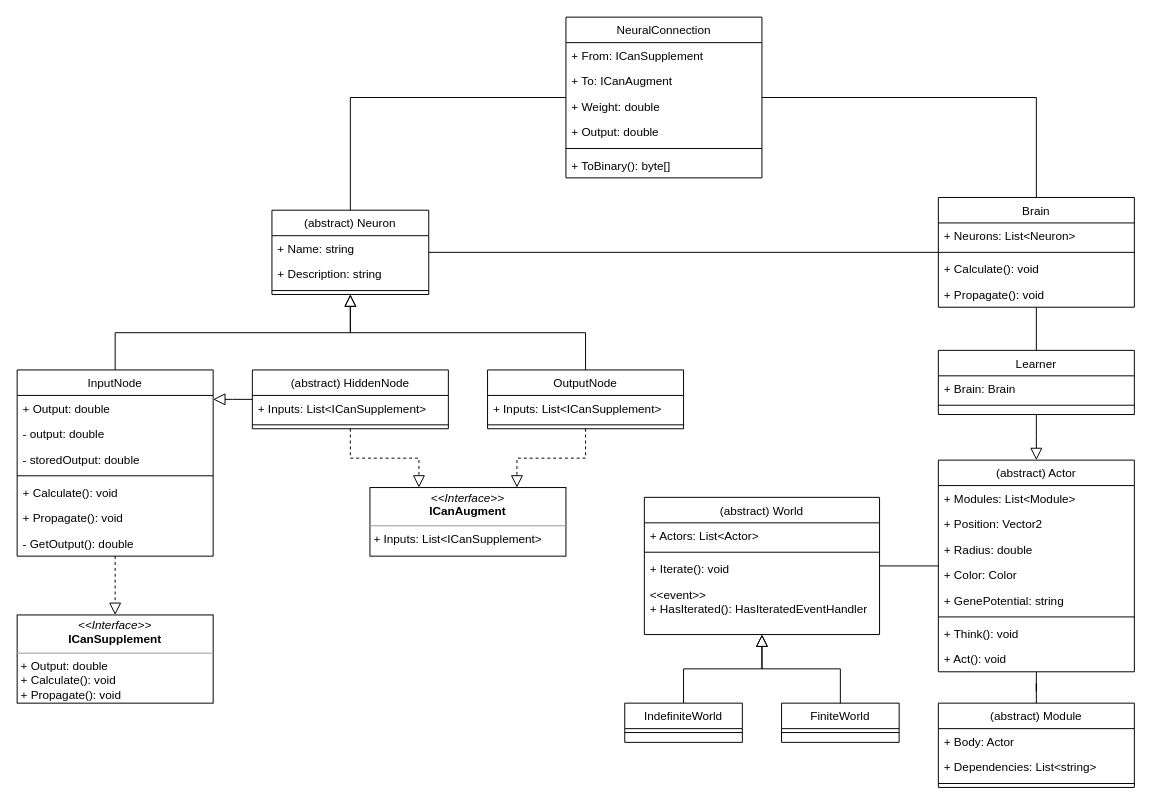
Earlier version of the draw.io diagram ClassDiagram.drawio (Exouxas/FosterScript.Core). Source tidied: cells renumbered, new cells numbered last; positions are measured from the earlier drawing's top-left corner, leaving out a move shared by most shapes. Both pictures are drawn from the tidied source at 98%, with x=0, y=0 at pixel (17, 17).
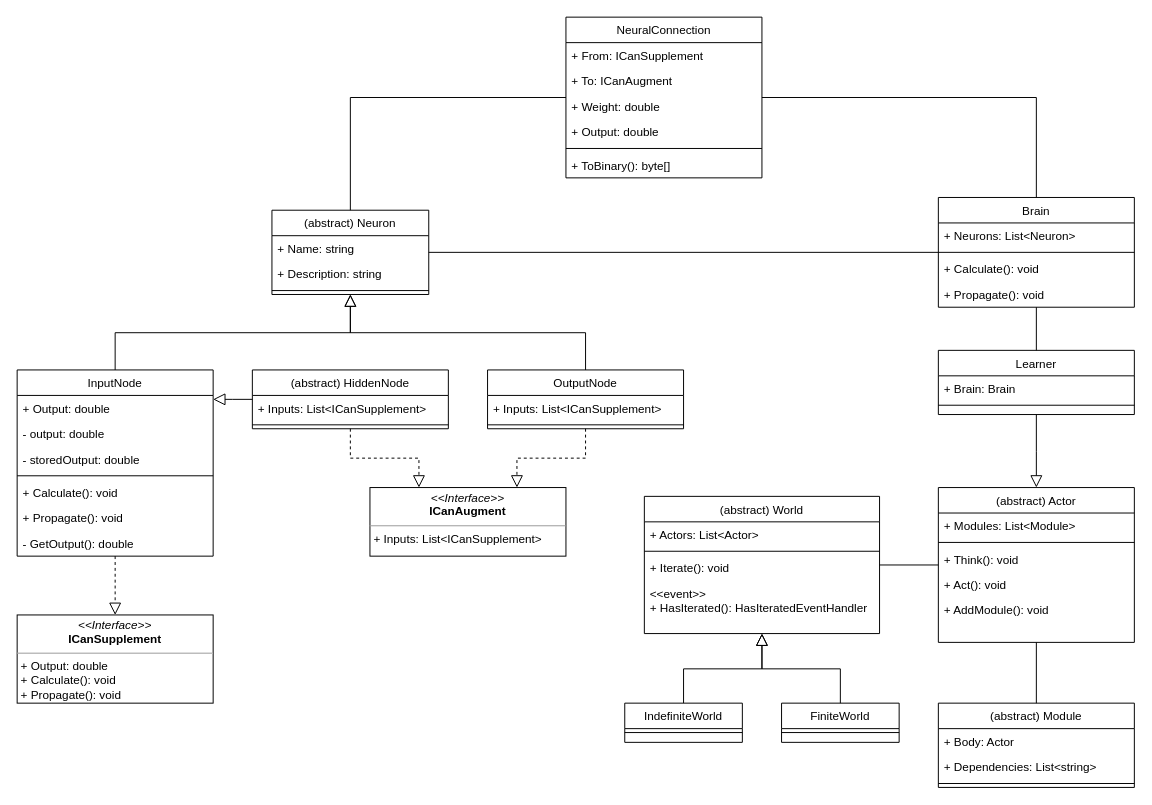
After the change.

Commit message:
Simplify Actor

What changed in the source:
```diff
@@
     <mxCell id="43" value="(abstract) World" style="swimlane;fontStyle=0;align=center;verticalAlign=top;horizontal=1;startSize=26;rounded=0;shadow=0;strokeWidth=1;" parent="1" vertex="1">
-      <mxGeometry x="640" y="490" width="240" height="140" as="geometry" />
+      <mxGeometry x="640" y="489" width="240" height="140" as="geometry" />
     </mxCell>
@@
     <mxCell id="55" value="(abstract) Actor" style="swimlane;fontStyle=0;align=center;verticalAlign=top;horizontal=1;startSize=26;rounded=0;shadow=0;strokeWidth=1;" parent="1" vertex="1">
-      <mxGeometry x="940" y="452" width="200" height="216" as="geometry" />
+      <mxGeometry x="940" y="480" width="200" height="158" as="geometry" />
     </mxCell>
@@
-    <mxCell id="57" value="+ Position: Vector2" style="text;align=left;verticalAlign=top;spacingLeft=4;spacingRight=4;overflow=hidden;" parent="55" vertex="1">
-      <mxGeometry y="52" width="200" height="26" as="geometry" />
-    </mxCell>
-    <mxCell id="58" value="+ Radius: double" style="text;align=left;verticalAlign=top;spacingLeft=4;spacingRight=4;overflow=hidden;" parent="55" vertex="1">
-      <mxGeometry y="78" width="200" height="26" as="geometry" />
-    </mxCell>
-    <mxCell id="59" value="+ Color: Color" style="text;align=left;verticalAlign=top;spacingLeft=4;spacingRight=4;overflow=hidden;" parent="55" vertex="1">
-      <mxGeometry y="104" width="200" height="26" as="geometry" />
-    </mxCell>
-    <mxCell id="60" value="+ GenePotential: string" style="text;align=left;verticalAlign=top;spacingLeft=4;spacingRight=4;overflow=hidden;" parent="55" vertex="1">
-      <mxGeometry y="130" width="200" height="26" as="geometry" />
-    </mxCell>
     <mxCell id="61" style="line;html=1;strokeWidth=1;align=left;verticalAlign=middle;spacingTop=-1;spacingLeft=3;spacingRight=3;labelPosition=right;" parent="55" vertex="1">
-      <mxGeometry y="156" width="200" height="8" as="geometry" />
+      <mxGeometry y="52" width="200" height="8" as="geometry" />
     </mxCell>
     <mxCell id="62" value="+ Think(): void" style="text;align=left;verticalAlign=top;spacingLeft=4;spacingRight=4;overflow=hidden;" parent="55" vertex="1">
-      <mxGeometry y="164" width="200" height="26" as="geometry" />
+      <mxGeometry y="60" width="200" height="26" as="geometry" />
     </mxCell>
     <mxCell id="63" value="+ Act(): void" style="text;align=left;verticalAlign=top;spacingLeft=4;spacingRight=4;overflow=hidden;" parent="55" vertex="1">
-      <mxGeometry y="190" width="200" height="26" as="geometry" />
+      <mxGeometry y="86" width="200" height="26" as="geometry" />
     </mxCell>
+    <mxCell id="74" value="+ AddModule(): void" style="text;align=left;verticalAlign=top;spacingLeft=4;spacingRight=4;overflow=hidden;" parent="55" vertex="1">
+      <mxGeometry y="112" width="200" height="26" as="geometry" />
+    </mxCell>
```
